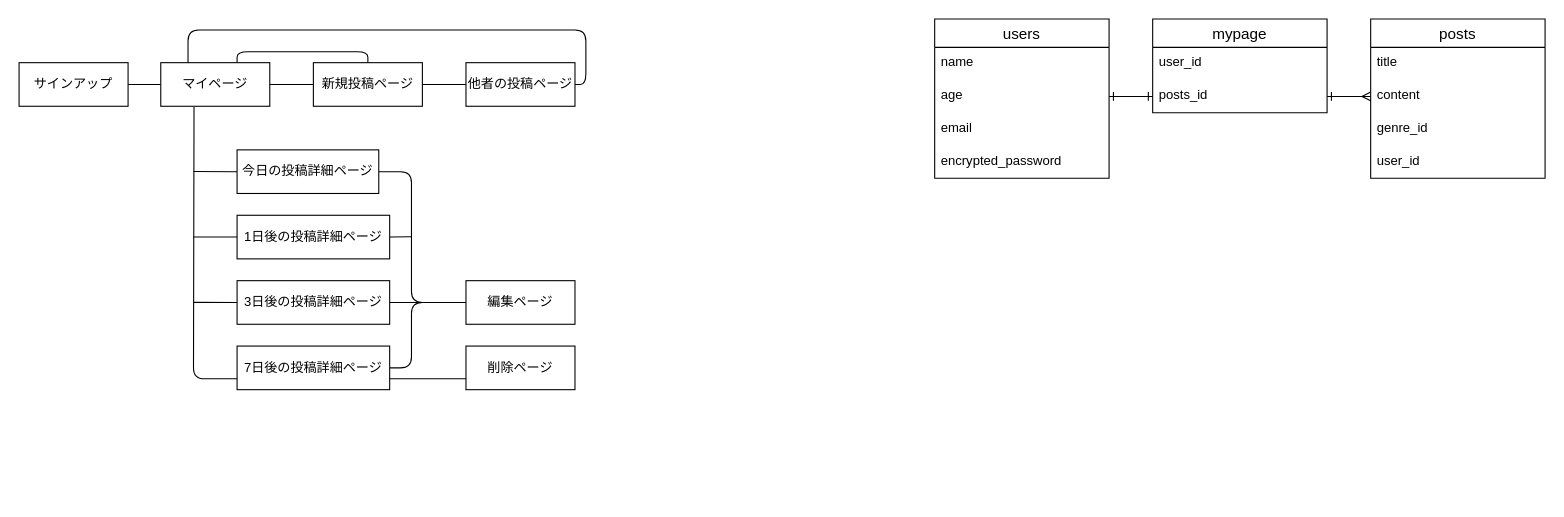
Earlier version of the draw.io diagram me-more.dio (atk1825/me-more). Source tidied: cells renumbered, new cells numbered last; positions are measured from the earlier drawing's top-left corner, leaving out a move shared by most shapes. Both pictures are drawn from the tidied source at 109%, with x=0, y=0 at pixel (19, 19).
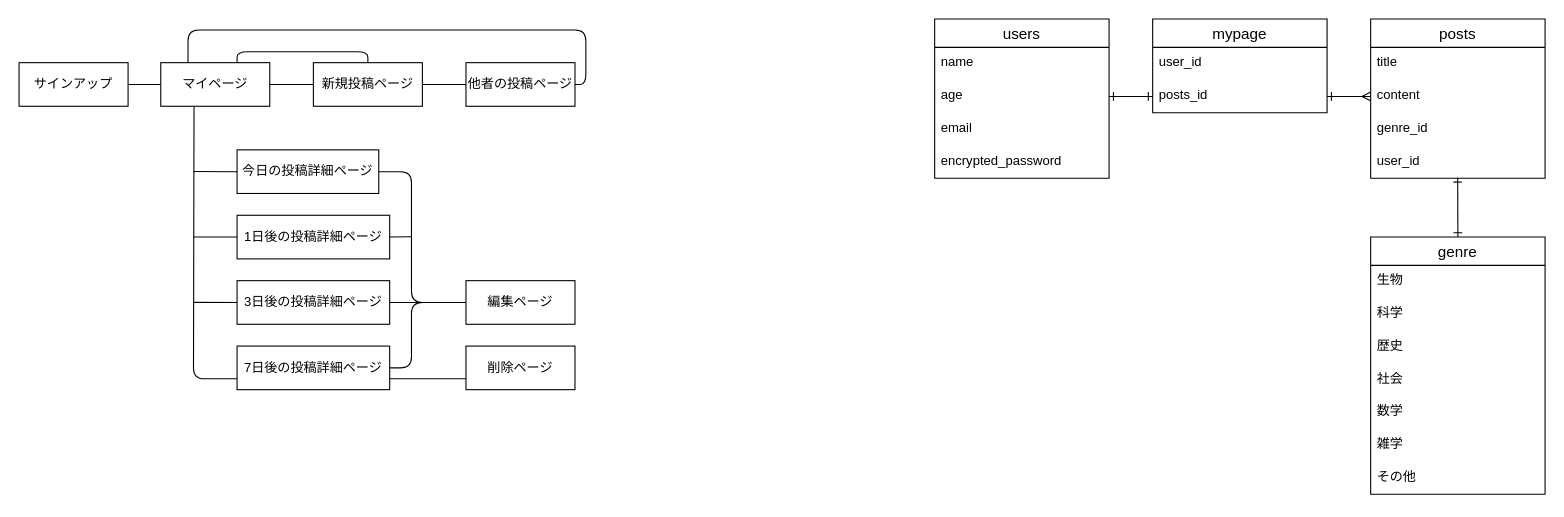
After the change.

The change refers to these unchanged cells:
```xml
<mxCell id="11" value="user_id&#10;" style="text;strokeColor=none;fillColor=none;spacingLeft=4;spacingRight=4;overflow=hidden;points=[[0,0.5],[1,0.5]];portConstraint=eastwest;fontSize=12;" parent="7" vertex="1">
  <mxGeometry y="116" width="160" height="30" as="geometry" />
</mxCell>
```

Change to the diagram source:
```diff
@@
+    <mxCell id="41" style="edgeStyle=none;html=1;exitX=0.5;exitY=0;exitDx=0;exitDy=0;entryX=0.499;entryY=0.985;entryDx=0;entryDy=0;entryPerimeter=0;endArrow=ERone;endFill=0;startArrow=ERone;startFill=0;" parent="1" edge="1" source="42" target="11">
+      <mxGeometry relative="1" as="geometry" />
+    </mxCell>
+    <mxCell id="42" value="genre" style="swimlane;fontStyle=0;horizontal=1;startSize=26;align=center;fontSize=14;" parent="1" vertex="1">
+      <mxGeometry x="1240" y="200" width="160" height="236" as="geometry" />
+    </mxCell>
+    <mxCell id="43" value="生物" style="text;strokeColor=none;fillColor=none;spacingLeft=4;spacingRight=4;overflow=hidden;fontSize=12;" parent="42" vertex="1">
+      <mxGeometry y="26" width="160" height="30" as="geometry" />
+    </mxCell>
+    <mxCell id="44" value="科学" style="text;strokeColor=none;fillColor=none;spacingLeft=4;spacingRight=4;overflow=hidden;fontSize=12;" parent="42" vertex="1">
+      <mxGeometry y="56" width="160" height="30" as="geometry" />
+    </mxCell>
+    <mxCell id="45" value="歴史" style="text;strokeColor=none;fillColor=none;spacingLeft=4;spacingRight=4;overflow=hidden;fontSize=12;" parent="42" vertex="1">
+      <mxGeometry y="86" width="160" height="30" as="geometry" />
+    </mxCell>
+    <mxCell id="46" value="社会" style="text;strokeColor=none;fillColor=none;spacingLeft=4;spacingRight=4;overflow=hidden;fontSize=12;" parent="42" vertex="1">
+      <mxGeometry y="116" width="160" height="30" as="geometry" />
+    </mxCell>
+    <mxCell id="47" value="数学" style="text;strokeColor=none;fillColor=none;spacingLeft=4;spacingRight=4;overflow=hidden;fontSize=12;" parent="42" vertex="1">
+      <mxGeometry y="146" width="160" height="30" as="geometry" />
+    </mxCell>
+    <mxCell id="48" value="雑学" style="text;strokeColor=none;fillColor=none;spacingLeft=4;spacingRight=4;overflow=hidden;fontSize=12;" parent="42" vertex="1">
+      <mxGeometry y="176" width="160" height="30" as="geometry" />
+    </mxCell>
+    <mxCell id="49" value="その他" style="text;strokeColor=none;fillColor=none;spacingLeft=4;spacingRight=4;overflow=hidden;fontSize=12;" parent="42" vertex="1">
+      <mxGeometry y="206" width="160" height="30" as="geometry" />
+    </mxCell>
```
